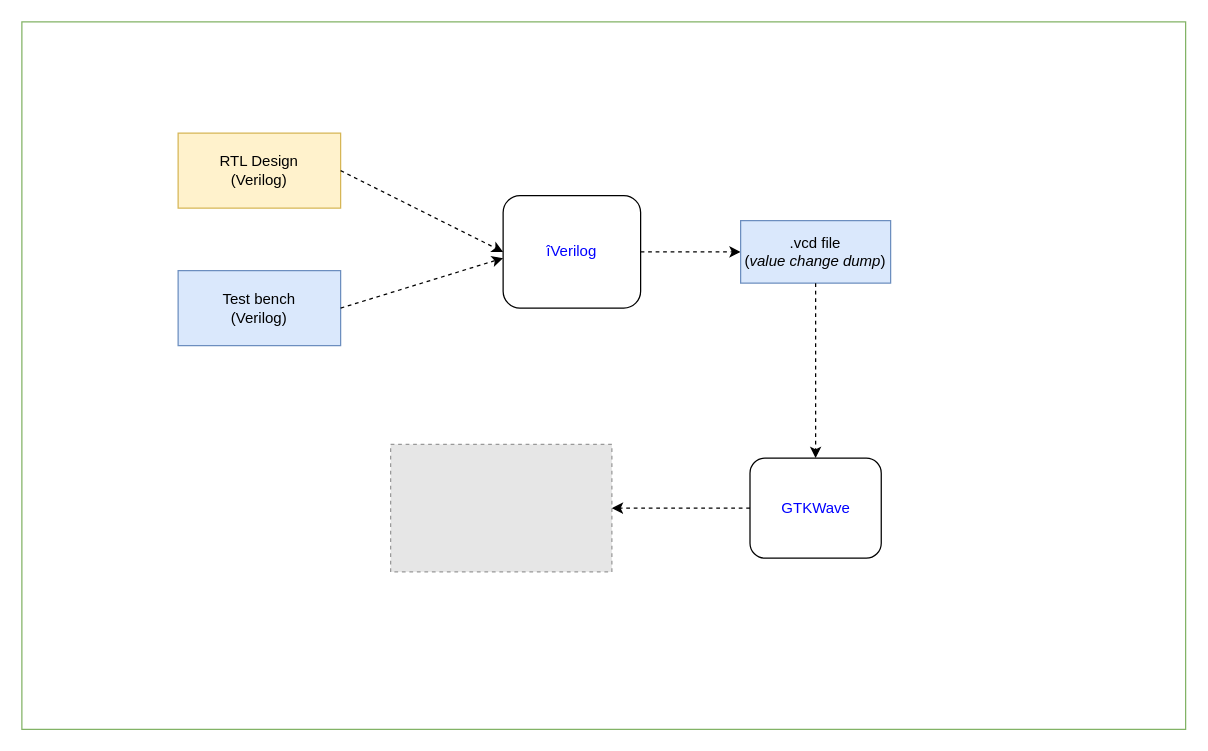
kambadur/sky130RTLDesignAndSynthesisWorkshop keeps this draw.io diagram as page "iVerilog" (2 of 2) of assets/diagrams.drawio. Above is the earlier version. Source tidied: cells renumbered, new cells numbered last; positions are measured from the earlier drawing's top-left corner, leaving out a move shared by most shapes. Both pictures are drawn from the tidied source at 125%, with x=0, y=0 at pixel (21, 21). Pictures stored in the file or linked from it are replaced by grey dashed boxes.
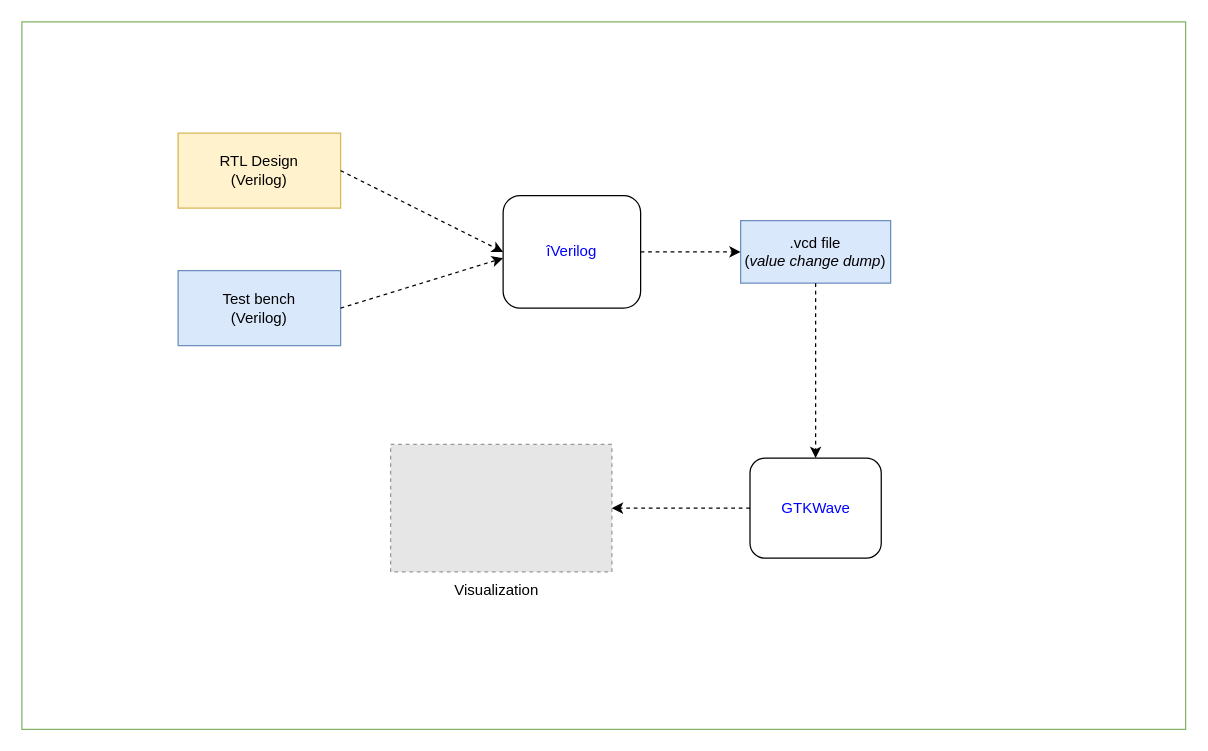
After the change.

Diff of the diagram source:
```diff
@@
 <mxGraphModel>
   <root>
     <mxCell id="0" />
     <mxCell id="1" parent="0" />
     <mxCell id="2" value="RTL Design&lt;br&gt;(Verilog)" style="rounded=0;whiteSpace=wrap;html=1;fillColor=#fff2cc;strokeColor=#d6b656;" parent="1" vertex="1">
       <mxGeometry x="125" y="89" width="130" height="60" as="geometry" />
     </mxCell>
     <mxCell id="3" value="Test bench&lt;br&gt;(Verilog)" style="rounded=0;whiteSpace=wrap;html=1;fillColor=#dae8fc;strokeColor=#6c8ebf;" parent="1" vertex="1">
       <mxGeometry x="125" y="199" width="130" height="60" as="geometry" />
     </mxCell>
     <mxCell id="4" value="îVerilog" style="rounded=1;whiteSpace=wrap;html=1;fontColor=#0000FF;fillColor=none;" parent="1" vertex="1">
       <mxGeometry x="385" y="139" width="110" height="90" as="geometry" />
     </mxCell>
     <mxCell id="5" style="endArrow=classic;html=1;dashed=1;fontColor=#0000FF;exitX=1;exitY=0.5;exitDx=0;exitDy=0;entryX=0;entryY=0.5;entryDx=0;entryDy=0;" parent="1" edge="1" source="2" target="4">
       <mxGeometry relative="1" as="geometry" />
     </mxCell>
     <mxCell id="6" style="endArrow=classic;html=1;dashed=1;fontColor=#0000FF;exitX=1;exitY=0.5;exitDx=0;exitDy=0;" parent="1" edge="1" source="3">
       <mxGeometry relative="1" as="geometry">
         <mxPoint x="385" y="189" as="targetPoint" />
       </mxGeometry>
     </mxCell>
     <mxCell id="7" style="endArrow=classic;html=1;dashed=1;fontColor=#0000FF;exitX=1;exitY=0.5;exitDx=0;exitDy=0;" parent="1" edge="1" source="4">
       <mxGeometry relative="1" as="geometry">
         <mxPoint x="575" y="184" as="targetPoint" />
       </mxGeometry>
     </mxCell>
     <mxCell id="8" value=".vcd file&lt;br&gt;(&lt;i&gt;value change dump&lt;/i&gt;)" style="rounded=0;whiteSpace=wrap;html=1;fillColor=#dae8fc;strokeColor=#6c8ebf;" parent="1" vertex="1">
       <mxGeometry x="575" y="159" width="120" height="50" as="geometry" />
     </mxCell>
     <mxCell id="9" value="GTKWave" style="rounded=1;whiteSpace=wrap;html=1;fontColor=#0000FF;fillColor=none;" parent="1" vertex="1">
       <mxGeometry x="582.5" y="349" width="105" height="80" as="geometry" />
     </mxCell>
     <mxCell id="10" style="endArrow=classic;html=1;dashed=1;fontColor=#0000FF;exitX=0.5;exitY=1;exitDx=0;exitDy=0;entryX=0.5;entryY=0;entryDx=0;entryDy=0;" parent="1" edge="1" source="8" target="9">
       <mxGeometry relative="1" as="geometry" />
     </mxCell>
     <mxCell id="11" style="fillColor=#E6E6E6;strokeColor=#999999;dashed=1;verticalLabelPosition=bottom;labelBackgroundColor=default;verticalAlign=top;" parent="1" vertex="1">
       <mxGeometry x="295" y="338" width="177" height="102" as="geometry" />
     </mxCell>
     <mxCell id="12" style="endArrow=classic;html=1;dashed=1;fontColor=#0000FF;exitX=0;exitY=0.5;exitDx=0;exitDy=0;entryX=1;entryY=0.5;entryDx=0;entryDy=0;" parent="1" edge="1" source="9" target="11">
       <mxGeometry relative="1" as="geometry" />
     </mxCell>
     <mxCell id="13" style="rounded=0;whiteSpace=wrap;html=1;fillColor=none;strokeColor=#82b366;gradientColor=#ffffff;" parent="1" vertex="1">
       <mxGeometry width="931" height="566" as="geometry" />
     </mxCell>
+    <mxCell id="14" value="Visualization" style="text;html=1;strokeColor=none;fillColor=none;align=center;verticalAlign=middle;whiteSpace=wrap;rounded=0;" parent="1" vertex="1">
+      <mxGeometry x="312" y="440" width="136" height="29" as="geometry" />
+    </mxCell>
   </root>
 </mxGraphModel>
```
